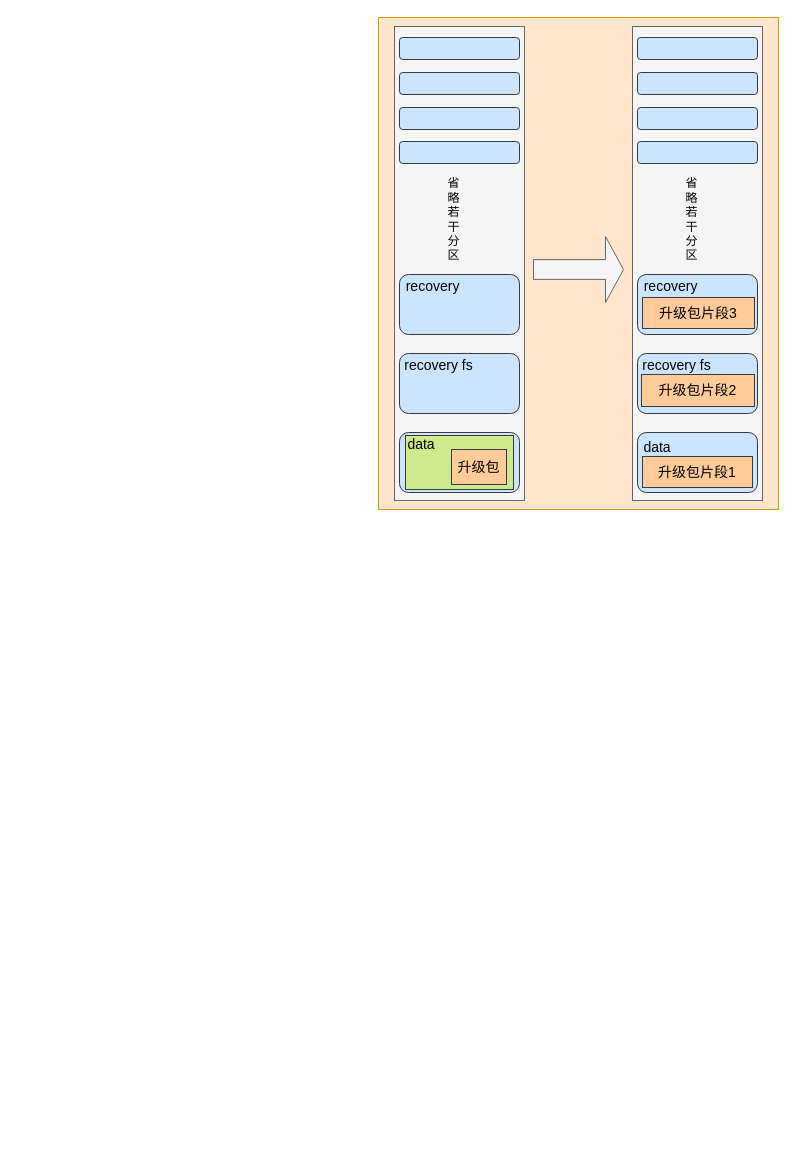
This is drawio/Untitled Diagram.drawio from Nick-Zzz/collect, a draw.io file, before an edit. Source tidied: cells renumbered, new cells numbered last; positions are measured from the earlier drawing's top-left corner, leaving out a move shared by most shapes. Both pictures are drawn from the tidied source at 100%, with x=0, y=0 at pixel (378, 17).
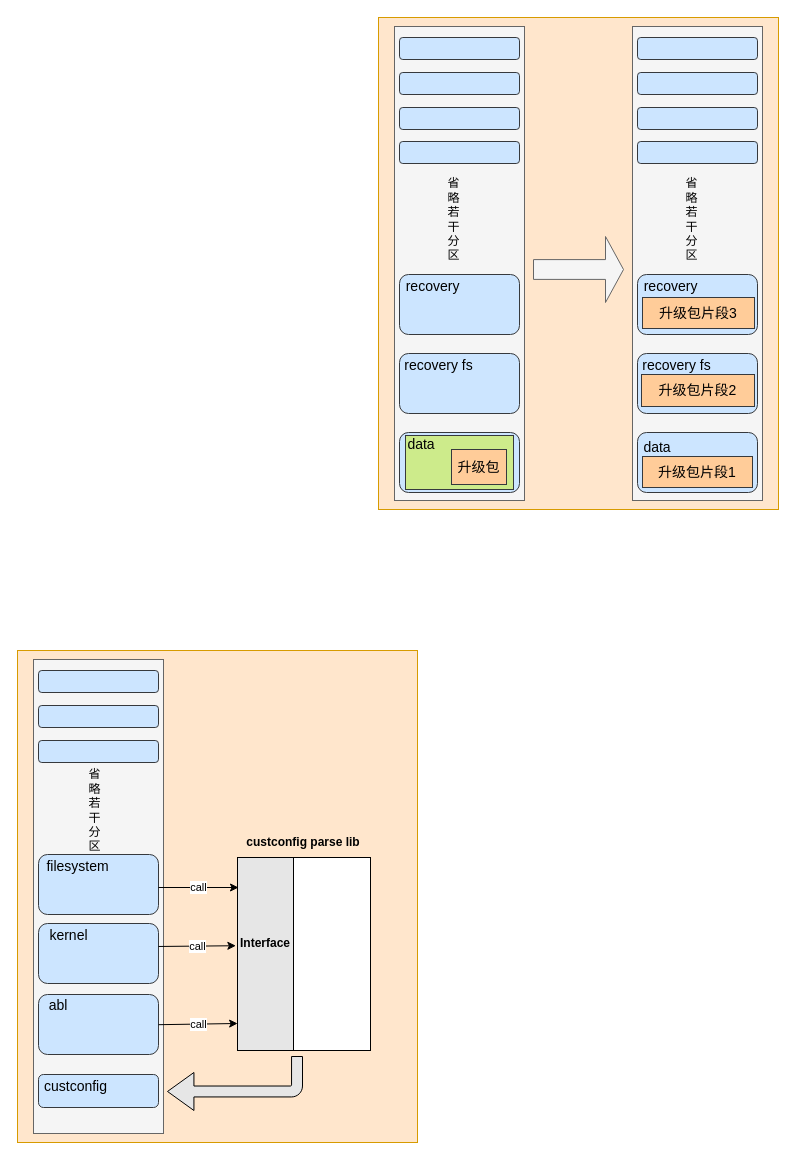
After the change.

Change to the diagram source:
```diff
@@
+    <mxCell id="33" style="rounded=0;whiteSpace=wrap;html=1;fontSize=14;fillColor=#ffe6cc;strokeColor=#d79b00;" parent="1" vertex="1">
+      <mxGeometry x="-361" y="633" width="400" height="492" as="geometry" />
+    </mxCell>
+    <mxCell id="34" style="rounded=0;whiteSpace=wrap;html=1;fillColor=#f5f5f5;fontColor=#333333;strokeColor=#666666;" parent="1" vertex="1">
+      <mxGeometry x="-345" y="642" width="130" height="474" as="geometry" />
+    </mxCell>
+    <mxCell id="35" style="rounded=1;whiteSpace=wrap;html=1;fillColor=#cce5ff;strokeColor=#36393d;" parent="1" vertex="1">
+      <mxGeometry x="-340" y="653" width="120" height="22" as="geometry" />
+    </mxCell>
+    <mxCell id="36" style="rounded=1;whiteSpace=wrap;html=1;fontStyle=0;fillColor=#cce5ff;strokeColor=#36393d;" parent="1" vertex="1">
+      <mxGeometry x="-340" y="837" width="120" height="60" as="geometry" />
+    </mxCell>
+    <mxCell id="37" style="rounded=1;whiteSpace=wrap;html=1;fontStyle=0;fillColor=#cce5ff;strokeColor=#36393d;" parent="1" vertex="1">
+      <mxGeometry x="-340" y="906" width="120" height="60" as="geometry" />
+    </mxCell>
+    <mxCell id="38" style="rounded=1;whiteSpace=wrap;html=1;fontStyle=0;fillColor=#cce5ff;strokeColor=#36393d;" parent="1" vertex="1">
+      <mxGeometry x="-340" y="977" width="120" height="60" as="geometry" />
+    </mxCell>
+    <mxCell id="39" value="省&lt;br&gt;略&lt;br&gt;若&lt;br&gt;干&lt;br&gt;分&lt;br&gt;区" style="text;html=1;strokeColor=none;fillColor=none;align=center;verticalAlign=middle;whiteSpace=wrap;rounded=0;" parent="1" vertex="1">
+      <mxGeometry x="-308" y="749" width="49" height="88" as="geometry" />
+    </mxCell>
+    <mxCell id="40" style="rounded=1;whiteSpace=wrap;html=1;fillColor=#cce5ff;strokeColor=#36393d;" parent="1" vertex="1">
+      <mxGeometry x="-340" y="688" width="120" height="22" as="geometry" />
+    </mxCell>
+    <mxCell id="41" style="rounded=1;whiteSpace=wrap;html=1;fillColor=#cce5ff;strokeColor=#36393d;" parent="1" vertex="1">
+      <mxGeometry x="-340" y="723" width="120" height="22" as="geometry" />
+    </mxCell>
+    <mxCell id="42" style="rounded=1;whiteSpace=wrap;html=1;fillColor=#cce5ff;strokeColor=#36393d;" parent="1" vertex="1">
+      <mxGeometry x="-340" y="1057" width="120" height="33" as="geometry" />
+    </mxCell>
+    <mxCell id="43" value="kernel" style="text;html=1;strokeColor=none;fillColor=none;align=center;verticalAlign=middle;whiteSpace=wrap;rounded=0;fontSize=14;" parent="1" vertex="1">
+      <mxGeometry x="-345" y="906" width="71" height="23" as="geometry" />
+    </mxCell>
+    <mxCell id="44" value="filesystem" style="text;html=1;strokeColor=none;fillColor=none;align=center;verticalAlign=middle;whiteSpace=wrap;rounded=0;fontSize=14;" parent="1" vertex="1">
+      <mxGeometry x="-336" y="837" width="71" height="23" as="geometry" />
+    </mxCell>
+    <mxCell id="45" value="abl" style="text;html=1;strokeColor=none;fillColor=none;align=center;verticalAlign=middle;whiteSpace=wrap;rounded=0;fontSize=14;" parent="1" vertex="1">
+      <mxGeometry x="-350" y="973" width="60" height="30" as="geometry" />
+    </mxCell>
+    <mxCell id="46" value="custconfig" style="text;html=1;strokeColor=none;fillColor=none;align=center;verticalAlign=middle;whiteSpace=wrap;rounded=0;fontSize=14;" parent="1" vertex="1">
+      <mxGeometry x="-340" y="1054" width="75" height="30" as="geometry" />
+    </mxCell>
+    <mxCell id="47" style="rounded=0;whiteSpace=wrap;html=1;" parent="1" vertex="1">
+      <mxGeometry x="-141" y="840" width="133" height="193" as="geometry" />
+    </mxCell>
+    <mxCell id="48" style="rounded=0;whiteSpace=wrap;html=1;fillColor=#E6E6E6;" parent="1" vertex="1">
+      <mxGeometry x="-141" y="840" width="56" height="193" as="geometry" />
+    </mxCell>
+    <mxCell id="49" value="&lt;b&gt;Interface&lt;/b&gt;" style="text;html=1;strokeColor=none;fillColor=none;align=center;verticalAlign=middle;whiteSpace=wrap;rounded=0;" parent="1" vertex="1">
+      <mxGeometry x="-143" y="871" width="60" height="109" as="geometry" />
+    </mxCell>
+    <mxCell id="50" value="&lt;b&gt;custconfig parse lib&lt;/b&gt;" style="text;html=1;strokeColor=none;fillColor=none;align=center;verticalAlign=middle;whiteSpace=wrap;rounded=0;" parent="1" vertex="1">
+      <mxGeometry x="-142" y="810" width="134" height="30" as="geometry" />
+    </mxCell>
+    <mxCell id="51" value="call" style="endArrow=classic;html=1;rounded=0;" parent="1" edge="1">
+      <mxGeometry relative="1" as="geometry">
+        <mxPoint x="-220" y="870" as="sourcePoint" />
+        <mxPoint x="-140" y="870" as="targetPoint" />
+      </mxGeometry>
+    </mxCell>
+    <mxCell id="52" value="call" style="endArrow=classic;html=1;rounded=0;exitX=1;exitY=0.383;exitDx=0;exitDy=0;entryX=0.006;entryY=0.525;entryDx=0;entryDy=0;entryPerimeter=0;exitPerimeter=0;" parent="1" edge="1" source="37" target="49">
+      <mxGeometry relative="1" as="geometry" />
+    </mxCell>
+    <mxCell id="53" value="call" style="endArrow=classic;html=1;rounded=0;exitX=1.011;exitY=0.376;exitDx=0;exitDy=0;entryX=0.002;entryY=0.86;entryDx=0;entryDy=0;entryPerimeter=0;exitPerimeter=0;" parent="1" edge="1" target="48">
+      <mxGeometry relative="1" as="geometry">
+        <mxPoint x="-220" y="1007.2" as="sourcePoint" />
+      </mxGeometry>
+    </mxCell>
+    <mxCell id="54" style="html=1;shadow=0;dashed=0;align=center;verticalAlign=middle;shape=mxgraph.arrows2.bendArrow;dy=5.47;dx=26.43;notch=0;arrowHead=38.03;rounded=1;fillColor=#E6E6E6;direction=west;" parent="1" vertex="1">
+      <mxGeometry x="-211" y="1039" width="135" height="54" as="geometry" />
+    </mxCell>
```
